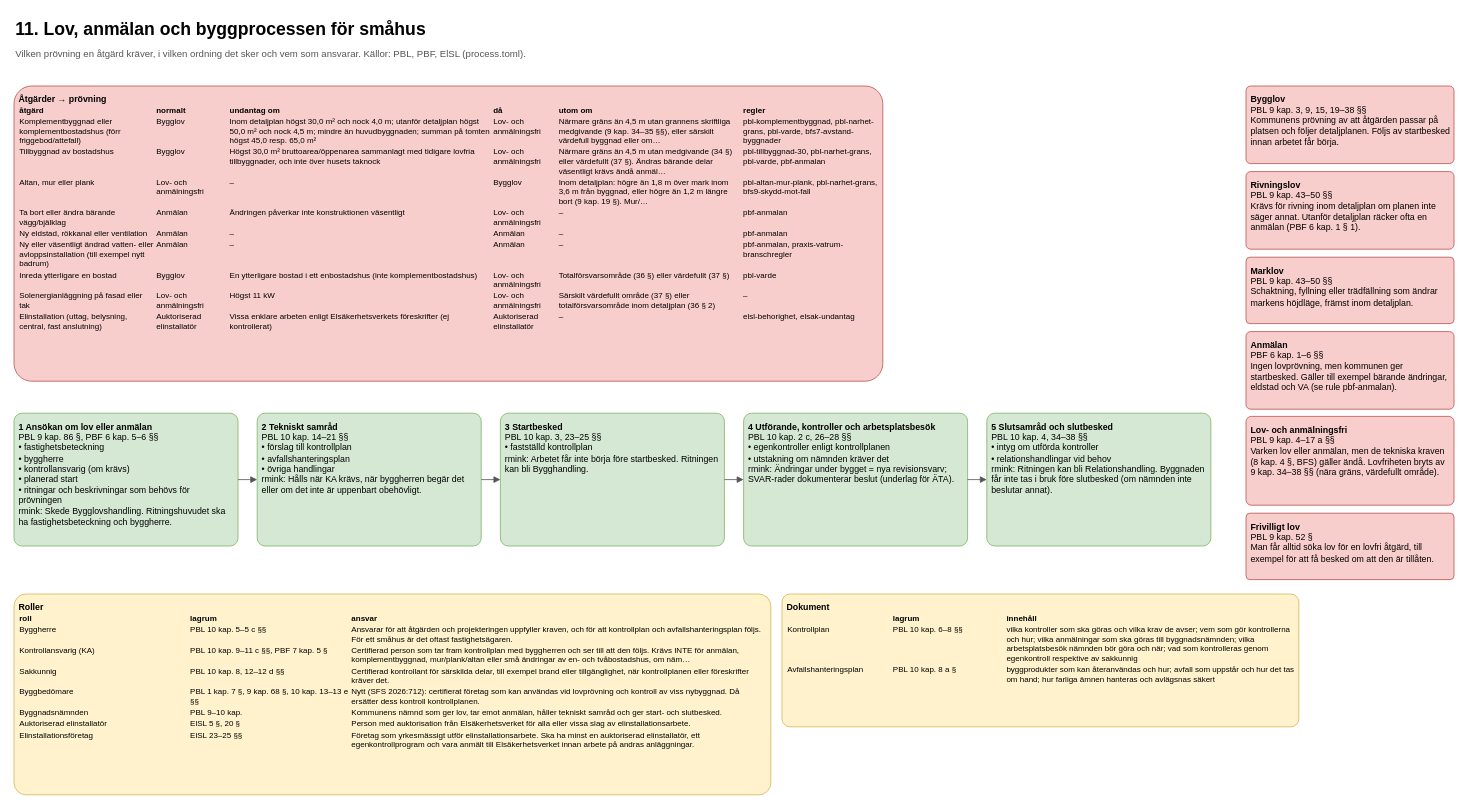
The draw.io diagram docs/diagrams/11-lov-och-process.drawio in thagvall/rmink, before the edit. Source tidied: cells renumbered, new cells numbered last; positions are measured from the earlier drawing's top-left corner, leaving out a move shared by most shapes. Both pictures are drawn from the tidied source at 80%, with x=0, y=0 at pixel (14, 14).
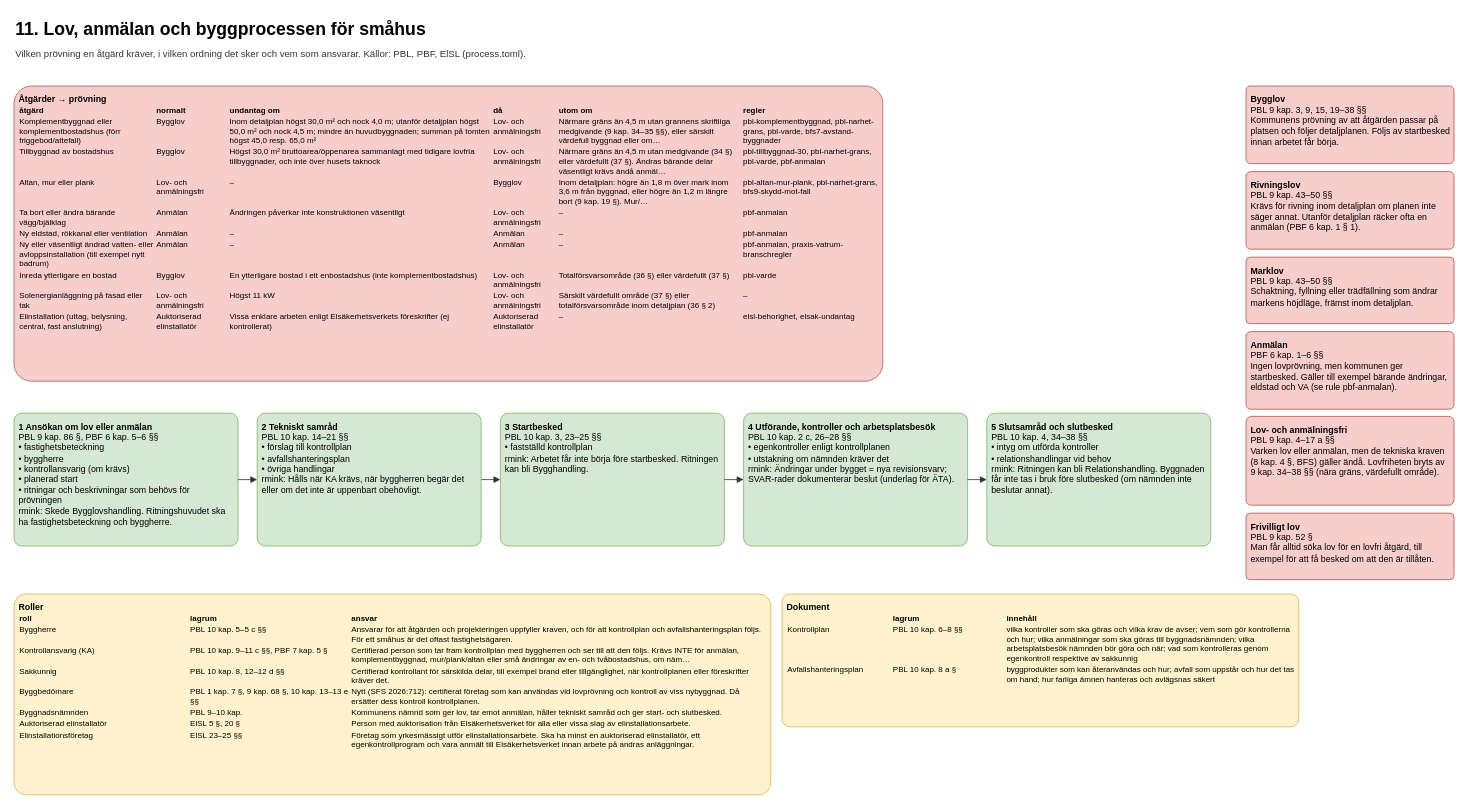
The same diagram, later.

Unchanged cells that the change refers to:
```xml
<mxCell id="11" value="&lt;b&gt;1 Ansökan om lov eller anmälan&lt;/b&gt;&lt;br&gt;PBL 9 kap. 86 §, PBF 6 kap. 5–6 §§&lt;br&gt;• fastighetsbeteckning&lt;br&gt;• byggherre&lt;br&gt;• kontrollansvarig (om krävs)&lt;br&gt;• planerad start&lt;br&gt;• ritningar och beskrivningar som behövs för prövningen&lt;br&gt;rmink: Skede Bygglovshandling. Ritningshuvudet ska ha fastighetsbeteckning och byggherre." style="rounded=1;arcSize=6;whiteSpace=wrap;html=1;fillColor=#d5e8d4;strokeColor=#82b366;fontFamily=Helvetica;fontSize=11;align=left;verticalAlign=top;spacing=6;" parent="1" vertex="1">
  <mxGeometry y="499" width="280" height="166" as="geometry" />
</mxCell>
<mxCell id="12" value="&lt;b&gt;2 Tekniskt samråd&lt;/b&gt;&lt;br&gt;PBL 10 kap. 14–21 §§&lt;br&gt;• förslag till kontrollplan&lt;br&gt;• avfallshanteringsplan&lt;br&gt;• övriga handlingar&lt;br&gt;rmink: Hålls när KA krävs, när byggherren begär det eller om det inte är uppenbart obehövligt." style="rounded=1;arcSize=6;whiteSpace=wrap;html=1;fillColor=#d5e8d4;strokeColor=#82b366;fontFamily=Helvetica;fontSize=11;align=left;verticalAlign=top;spacing=6;" parent="1" vertex="1">
  <mxGeometry x="304" y="499" width="280" height="166" as="geometry" />
</mxCell>
<mxCell id="14" value="&lt;b&gt;3 Startbesked&lt;/b&gt;&lt;br&gt;PBL 10 kap. 3, 23–25 §§&lt;br&gt;• fastställd kontrollplan&lt;br&gt;rmink: Arbetet får inte börja före startbesked. Ritningen kan bli Bygghandling." style="rounded=1;arcSize=6;whiteSpace=wrap;html=1;fillColor=#d5e8d4;strokeColor=#82b366;fontFamily=Helvetica;fontSize=11;align=left;verticalAlign=top;spacing=6;" parent="1" vertex="1">
  <mxGeometry x="608" y="499" width="280" height="166" as="geometry" />
</mxCell>
<mxCell id="16" value="&lt;b&gt;4 Utförande, kontroller och arbetsplatsbesök&lt;/b&gt;&lt;br&gt;PBL 10 kap. 2 c, 26–28 §§&lt;br&gt;• egenkontroller enligt kontrollplanen&lt;br&gt;• utstakning om nämnden kräver det&lt;br&gt;rmink: Ändringar under bygget = nya revisionsvarv; SVAR-rader dokumenterar beslut (underlag för ÄTA)." style="rounded=1;arcSize=6;whiteSpace=wrap;html=1;fillColor=#d5e8d4;strokeColor=#82b366;fontFamily=Helvetica;fontSize=11;align=left;verticalAlign=top;spacing=6;" parent="1" vertex="1">
  <mxGeometry x="912" y="499" width="280" height="166" as="geometry" />
</mxCell>
<mxCell id="18" value="&lt;b&gt;5 Slutsamråd och slutbesked&lt;/b&gt;&lt;br&gt;PBL 10 kap. 4, 34–38 §§&lt;br&gt;• intyg om utförda kontroller&lt;br&gt;• relationshandlingar vid behov&lt;br&gt;rmink: Ritningen kan bli Relationshandling. Byggnaden får inte tas i bruk före slutbesked (om nämnden inte beslutar annat)." style="rounded=1;arcSize=6;whiteSpace=wrap;html=1;fillColor=#d5e8d4;strokeColor=#82b366;fontFamily=Helvetica;fontSize=11;align=left;verticalAlign=top;spacing=6;" parent="1" vertex="1">
  <mxGeometry x="1216" y="499" width="280" height="166" as="geometry" />
</mxCell>
```

What changed in the source:
```diff
@@
-<mxGraphModel>
+<mxGraphModel background="#ffffff">
@@
-    <mxCell id="3" value="Vilken prövning en åtgärd kräver, i vilken ordning det sker och vem som ansvarar. Källor: PBL, PBF, ElSL (process.toml)." style="text;html=1;whiteSpace=wrap;fontFamily=Helvetica;fontSize=12;fontColor=#555555;align=left;verticalAlign=top;spacing=2;" parent="1" vertex="1">
+    <mxCell id="3" value="Vilken prövning en åtgärd kräver, i vilken ordning det sker och vem som ansvarar. Källor: PBL, PBF, ElSL (process.toml)." style="text;html=1;whiteSpace=wrap;fontFamily=Helvetica;fontSize=12;fontColor=#333333;align=left;verticalAlign=top;spacing=2;" parent="1" vertex="1">
       <mxGeometry y="36" width="1400" height="22" as="geometry" />
     </mxCell>
@@
-    <mxCell id="13" style="edgeStyle=orthogonalEdgeStyle;rounded=1;html=1;fontFamily=Helvetica;fontSize=10;strokeColor=#555555;endArrow=block;endFill=1;labelBackgroundColor=#ffffff;exitX=1;exitY=0.5;exitDx=0;exitDy=0;entryX=0;entryY=0.5;entryDx=0;entryDy=0;" parent="1" edge="1" source="11" target="12">
+    <mxCell id="13" style="edgeStyle=orthogonalEdgeStyle;rounded=1;html=1;fontFamily=Helvetica;fontSize=10;strokeColor=#333333;endArrow=block;endFill=1;labelBackgroundColor=#ffffff;exitX=1;exitY=0.5;exitDx=0;exitDy=0;entryX=0;entryY=0.5;entryDx=0;entryDy=0;" parent="1" edge="1" source="11" target="12">
       <mxGeometry relative="1" as="geometry" />
     </mxCell>
@@
-    <mxCell id="15" style="edgeStyle=orthogonalEdgeStyle;rounded=1;html=1;fontFamily=Helvetica;fontSize=10;strokeColor=#555555;endArrow=block;endFill=1;labelBackgroundColor=#ffffff;exitX=1;exitY=0.5;exitDx=0;exitDy=0;entryX=0;entryY=0.5;entryDx=0;entryDy=0;" parent="1" edge="1" source="12" target="14">
+    <mxCell id="15" style="edgeStyle=orthogonalEdgeStyle;rounded=1;html=1;fontFamily=Helvetica;fontSize=10;strokeColor=#333333;endArrow=block;endFill=1;labelBackgroundColor=#ffffff;exitX=1;exitY=0.5;exitDx=0;exitDy=0;entryX=0;entryY=0.5;entryDx=0;entryDy=0;" parent="1" edge="1" source="12" target="14">
       <mxGeometry relative="1" as="geometry" />
     </mxCell>
@@
-    <mxCell id="17" style="edgeStyle=orthogonalEdgeStyle;rounded=1;html=1;fontFamily=Helvetica;fontSize=10;strokeColor=#555555;endArrow=block;endFill=1;labelBackgroundColor=#ffffff;exitX=1;exitY=0.5;exitDx=0;exitDy=0;entryX=0;entryY=0.5;entryDx=0;entryDy=0;" parent="1" edge="1" source="14" target="16">
+    <mxCell id="17" style="edgeStyle=orthogonalEdgeStyle;rounded=1;html=1;fontFamily=Helvetica;fontSize=10;strokeColor=#333333;endArrow=block;endFill=1;labelBackgroundColor=#ffffff;exitX=1;exitY=0.5;exitDx=0;exitDy=0;entryX=0;entryY=0.5;entryDx=0;entryDy=0;" parent="1" edge="1" source="14" target="16">
       <mxGeometry relative="1" as="geometry" />
     </mxCell>
@@
-    <mxCell id="19" style="edgeStyle=orthogonalEdgeStyle;rounded=1;html=1;fontFamily=Helvetica;fontSize=10;strokeColor=#555555;endArrow=block;endFill=1;labelBackgroundColor=#ffffff;exitX=1;exitY=0.5;exitDx=0;exitDy=0;entryX=0;entryY=0.5;entryDx=0;entryDy=0;" parent="1" edge="1" source="16" target="18">
+    <mxCell id="19" style="edgeStyle=orthogonalEdgeStyle;rounded=1;html=1;fontFamily=Helvetica;fontSize=10;strokeColor=#333333;endArrow=block;endFill=1;labelBackgroundColor=#ffffff;exitX=1;exitY=0.5;exitDx=0;exitDy=0;entryX=0;entryY=0.5;entryDx=0;entryDy=0;" parent="1" edge="1" source="16" target="18">
       <mxGeometry relative="1" as="geometry" />
     </mxCell>
```
